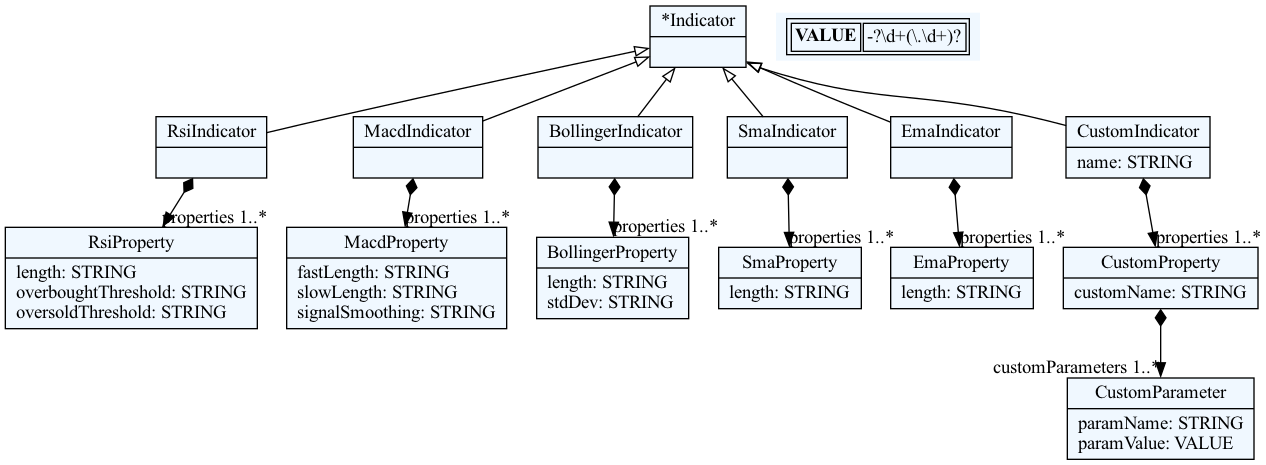
Before: textx/indicator.dot.png, a diagram exported from Graphviz (christos99/custom_hummingbot_HFCTB_DSL). Its source is kept beside it as textx/indicator.dot.
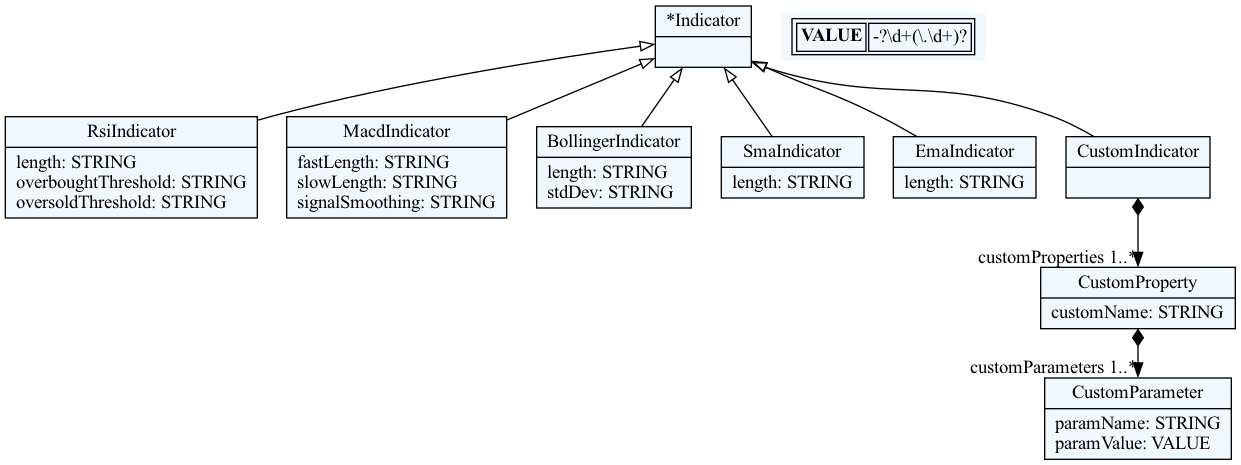
After the commit.

What changed in the source:
```diff
@@ -10,49 +10,34 @@
     edge[dir=black,arrowtail=empty]
 
 
-4729365584[ label="{*Indicator|}"]
+4848093872[ label="{*Indicator|}"]
 
-4729367504[ label="{RsiIndicator|}"]
+4848096560[ label="{RsiIndicator|length: STRING\loverboughtThreshold: STRING\loversoldThreshold: STRING\l}"]
 
-4729370192[ label="{MacdIndicator|}"]
+4848099248[ label="{MacdIndicator|fastLength: STRING\lslowLength: STRING\lsignalSmoothing: STRING\l}"]
 
-4729372880[ label="{BollingerIndicator|}"]
+4848101936[ label="{BollingerIndicator|length: STRING\lstdDev: STRING\l}"]
 
-4729375568[ label="{SmaIndicator|}"]
+4848104624[ label="{SmaIndicator|length: STRING\l}"]
 
-4729378256[ label="{EmaIndicator|}"]
+4848107312[ label="{EmaIndicator|length: STRING\l}"]
 
-4729380944[ label="{CustomIndicator|name: STRING\l}"]
+4848110000[ label="{CustomIndicator|}"]
 
-4729383632[ label="{RsiProperty|length: STRING\loverboughtThreshold: STRING\loversoldThreshold: STRING\l}"]
+4848112688[ label="{CustomProperty|customName: STRING\l}"]
 
-4729386320[ label="{MacdProperty|fastLength: STRING\lslowLength: STRING\lsignalSmoothing: STRING\l}"]
-
-4729389008[ label="{BollingerProperty|length: STRING\lstdDev: STRING\l}"]
-
-4729391696[ label="{SmaProperty|length: STRING\l}"]
-
-4729394384[ label="{EmaProperty|length: STRING\l}"]
-
-4729397072[ label="{CustomProperty|customName: STRING\l}"]
-
-4729399760[ label="{CustomParameter|paramName: STRING\lparamValue: VALUE\l}"]
+4848115376[ label="{CustomParameter|paramName: STRING\lparamValue: VALUE\l}"]
 
 
 
-4729365584 -> 4729367504 [dir=back]
-4729365584 -> 4729370192 [dir=back]
-4729365584 -> 4729372880 [dir=back]
-4729365584 -> 4729375568 [dir=back]
-4729365584 -> 4729378256 [dir=back]
-4729365584 -> 4729380944 [dir=back]
-4729367504 -> 4729383632[arrowtail=diamond, dir=both, headlabel="properties 1..*"]
-4729370192 -> 4729386320[arrowtail=diamond, dir=both, headlabel="properties 1..*"]
-4729372880 -> 4729389008[arrowtail=diamond, dir=both, headlabel="properties 1..*"]
-4729375568 -> 4729391696[arrowtail=diamond, dir=both, headlabel="properties 1..*"]
-4729378256 -> 4729394384[arrowtail=diamond, dir=both, headlabel="properties 1..*"]
-4729380944 -> 4729397072[arrowtail=diamond, dir=both, headlabel="properties 1..*"]
-4729397072 -> 4729399760[arrowtail=diamond, dir=both, headlabel="customParameters 1..*"]
+4848093872 -> 4848096560 [dir=back]
+4848093872 -> 4848099248 [dir=back]
+4848093872 -> 4848101936 [dir=back]
+4848093872 -> 4848104624 [dir=back]
+4848093872 -> 4848107312 [dir=back]
+4848093872 -> 4848110000 [dir=back]
+4848110000 -> 4848112688[arrowtail=diamond, dir=both, headlabel="customProperties 1..*"]
+4848112688 -> 4848115376[arrowtail=diamond, dir=both, headlabel="customParameters 1..*"]
 match_rules [ shape=plaintext, label=< <table>
 	<tr>
 		<td><b>VALUE</b></td><td>-?\d+(\.\d+)?</td>
```
